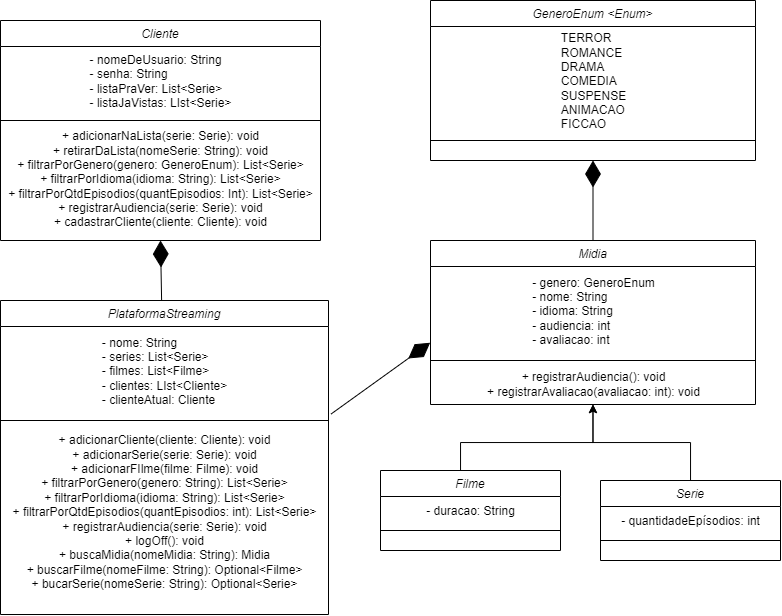
Above: docs/diagramas/DiagramaV01.png in DisciplinasProgramacao/lpm_projetos_3_4_5-grupo3 (draw.io), before the change. Source tidied: cells renumbered, new cells last; positions are measured from the earlier drawing's top-left corner, leaving out a move shared by most shapes. The source it was exported from:
```xml
<mxGraphModel>
  <root>
    <mxCell id="0" />
    <mxCell id="1" parent="0" />
    <mxCell id="2" value="Cliente" style="swimlane;fontStyle=2;align=center;verticalAlign=top;horizontal=1;startSize=26;rounded=0;shadow=0;strokeWidth=1;" parent="1" vertex="1">
      <mxGeometry y="20" width="320" height="220" as="geometry" />
    </mxCell>
    <mxCell id="3" value="&lt;div style=&quot;text-align: justify;&quot;&gt;&lt;span style=&quot;background-color: initial;&quot;&gt;- nomeDeUsuario: String&lt;/span&gt;&lt;/div&gt;&lt;div style=&quot;text-align: justify;&quot;&gt;&lt;span style=&quot;background-color: initial;&quot;&gt;- senha: String&lt;/span&gt;&lt;/div&gt;&lt;div style=&quot;text-align: justify;&quot;&gt;&lt;span style=&quot;background-color: initial;&quot;&gt;- listaPraVer: List&amp;lt;Serie&amp;gt;&lt;/span&gt;&lt;/div&gt;&lt;div style=&quot;text-align: justify;&quot;&gt;&lt;span style=&quot;background-color: initial;&quot;&gt;- listaJaVistas: LIst&amp;lt;Serie&amp;gt;&lt;/span&gt;&lt;/div&gt;" style="text;html=1;align=center;verticalAlign=middle;strokeColor=none;fillColor=none;" parent="2" vertex="1">
      <mxGeometry y="26" width="320" height="70" as="geometry" />
    </mxCell>
    <mxCell id="4" style="line;html=1;strokeWidth=1;align=left;verticalAlign=middle;spacingTop=-1;spacingLeft=3;spacingRight=3;labelPosition=right;" parent="2" vertex="1">
      <mxGeometry y="96" width="320" height="8" as="geometry" />
    </mxCell>
    <mxCell id="5" value="+ adicionarNaLista(serie: Serie): void&lt;br&gt;+ retirarDaLista(nomeSerie: String): void&lt;br&gt;+ filtrarPorGenero(genero: GeneroEnum): List&amp;lt;Serie&amp;gt;&lt;br&gt;+ filtrarPorIdioma(idioma: String): List&amp;lt;Serie&amp;gt;&lt;br&gt;+ filtrarPorQtdEpisodios(quantEpisodios: Int): List&amp;lt;Serie&amp;gt;&lt;br&gt;+ registrarAudiencia(serie: Serie): void&lt;br&gt;+ cadastrarCliente(cliente: Cliente): void" style="text;html=1;align=center;verticalAlign=middle;strokeColor=none;fillColor=none;" parent="2" vertex="1">
      <mxGeometry y="104" width="320" height="110" as="geometry" />
    </mxCell>
    <mxCell id="6" style="edgeStyle=orthogonalEdgeStyle;rounded=0;jettySize=auto;html=1;" parent="1" edge="1" target="13">
      <mxGeometry relative="1" as="geometry">
        <mxPoint x="460" y="480" as="sourcePoint" />
      </mxGeometry>
    </mxCell>
    <mxCell id="7" value="Filme" style="swimlane;fontStyle=2;align=center;verticalAlign=top;horizontal=1;startSize=26;rounded=0;shadow=0;strokeWidth=1;" parent="1" vertex="1">
      <mxGeometry x="380" y="470" width="180" height="80" as="geometry" />
    </mxCell>
    <mxCell id="8" value="&lt;div style=&quot;text-align: justify;&quot;&gt;- duracao: String&lt;/div&gt;" style="text;html=1;align=center;verticalAlign=middle;strokeColor=none;fillColor=none;" parent="7" vertex="1">
      <mxGeometry y="26" width="180" height="30" as="geometry" />
    </mxCell>
    <mxCell id="9" style="line;html=1;strokeWidth=1;align=left;verticalAlign=middle;spacingTop=-1;spacingLeft=3;spacingRight=3;labelPosition=right;" parent="7" vertex="1">
      <mxGeometry y="56" width="180" height="8" as="geometry" />
    </mxCell>
    <mxCell id="10" value="Midia" style="swimlane;fontStyle=2;align=center;verticalAlign=top;horizontal=1;startSize=26;rounded=0;shadow=0;strokeWidth=1;" parent="1" vertex="1">
      <mxGeometry x="430" y="240" width="325" height="164" as="geometry" />
    </mxCell>
    <mxCell id="11" value="&lt;div style=&quot;text-align: justify;&quot;&gt;&lt;span style=&quot;background-color: initial;&quot;&gt;- genero: GeneroEnum&lt;/span&gt;&lt;/div&gt;&lt;div style=&quot;text-align: justify;&quot;&gt;&lt;span style=&quot;background-color: initial;&quot;&gt;- nome: String&lt;/span&gt;&lt;/div&gt;&lt;div style=&quot;text-align: justify;&quot;&gt;&lt;span style=&quot;background-color: initial;&quot;&gt;- idioma: String&lt;/span&gt;&lt;/div&gt;&lt;div style=&quot;text-align: justify;&quot;&gt;&lt;span style=&quot;background-color: initial;&quot;&gt;- audiencia: int&lt;/span&gt;&lt;/div&gt;&lt;div style=&quot;text-align: justify;&quot;&gt;&lt;span style=&quot;background-color: initial;&quot;&gt;- avaliacao: int&lt;/span&gt;&lt;/div&gt;" style="text;html=1;align=center;verticalAlign=middle;points=[];strokeColor=none;fillColor=none;" parent="10" vertex="1">
      <mxGeometry y="26" width="325" height="90" as="geometry" />
    </mxCell>
    <mxCell id="12" style="line;html=1;strokeWidth=1;align=left;verticalAlign=middle;spacingTop=-1;spacingLeft=3;spacingRight=3;labelPosition=right;" parent="10" vertex="1">
      <mxGeometry y="116" width="325" height="8" as="geometry" />
    </mxCell>
    <mxCell id="13" value="+ registrarAudiencia(): void&lt;br&gt;+ registrarAvaliacao(avaliacao: int): void" style="text;html=1;align=center;verticalAlign=middle;points=[];strokeColor=none;fillColor=none;" parent="10" vertex="1">
      <mxGeometry y="124" width="325" height="40" as="geometry" />
    </mxCell>
    <mxCell id="14" value="PlataformaStreaming" style="swimlane;fontStyle=2;align=center;verticalAlign=top;horizontal=1;startSize=26;rounded=0;shadow=0;strokeWidth=1;" parent="1" vertex="1">
      <mxGeometry y="300" width="328" height="314" as="geometry" />
    </mxCell>
    <mxCell id="15" value="&lt;div style=&quot;text-align: justify;&quot;&gt;&lt;span style=&quot;background-color: initial;&quot;&gt;- nome: String&lt;/span&gt;&lt;/div&gt;&lt;div style=&quot;text-align: justify;&quot;&gt;&lt;span style=&quot;background-color: initial;&quot;&gt;- series: List&amp;lt;Serie&amp;gt;&lt;/span&gt;&lt;/div&gt;&lt;div style=&quot;text-align: justify;&quot;&gt;&lt;span style=&quot;background-color: initial;&quot;&gt;- filmes: List&amp;lt;Filme&amp;gt;&lt;/span&gt;&lt;/div&gt;&lt;div style=&quot;text-align: justify;&quot;&gt;&lt;span style=&quot;background-color: initial;&quot;&gt;- clientes: LIst&amp;lt;Cliente&amp;gt;&lt;/span&gt;&lt;/div&gt;&lt;div style=&quot;text-align: justify;&quot;&gt;&lt;span style=&quot;background-color: initial;&quot;&gt;- clienteAtual: Cliente&lt;/span&gt;&lt;/div&gt;" style="text;html=1;align=center;verticalAlign=middle;points=[];strokeColor=none;fillColor=none;" parent="14" vertex="1">
      <mxGeometry y="26" width="328" height="90" as="geometry" />
    </mxCell>
    <mxCell id="16" style="line;html=1;strokeWidth=1;align=left;verticalAlign=middle;spacingTop=-1;spacingLeft=3;spacingRight=3;labelPosition=right;" parent="14" vertex="1">
      <mxGeometry y="116" width="328" height="8" as="geometry" />
    </mxCell>
    <mxCell id="17" value="+ adicionarCliente(cliente: Cliente): void&lt;br&gt;+ adicionarSerie(serie: Serie): void&lt;br&gt;+ adicionarFIlme(filme: Filme): void&lt;br&gt;+ filtrarPorGenero(genero: String): List&amp;lt;Serie&amp;gt;&lt;br&gt;+ filtrarPorIdioma(idioma: String): List&amp;lt;Serie&amp;gt;&lt;br&gt;+ filtrarPorQtdEpisodios(quantEpisodios: int): List&amp;lt;Serie&amp;gt;&lt;br&gt;+ registrarAudiencia(serie: Serie): void&lt;br&gt;+ logOff(): void&lt;br&gt;+ buscaMidia(nomeMidia: String): Midia&lt;br&gt;+ buscarFilme(nomeFilme: String): Optional&amp;lt;Filme&amp;gt;&lt;br&gt;+ bucarSerie(nomeSerie: String): Optional&amp;lt;Serie&amp;gt;&lt;br&gt;&lt;br&gt;" style="text;html=1;align=center;verticalAlign=middle;strokeColor=none;fillColor=none;" parent="14" vertex="1">
      <mxGeometry y="124" width="328" height="190" as="geometry" />
    </mxCell>
    <mxCell id="18" style="edgeStyle=orthogonalEdgeStyle;rounded=0;jettySize=auto;html=1;" parent="1" edge="1" target="13">
      <mxGeometry relative="1" as="geometry">
        <mxPoint x="690" y="480" as="sourcePoint" />
      </mxGeometry>
    </mxCell>
    <mxCell id="19" value="Serie" style="swimlane;fontStyle=2;align=center;verticalAlign=top;horizontal=1;startSize=26;rounded=0;shadow=0;strokeWidth=1;" parent="1" vertex="1">
      <mxGeometry x="600" y="480" width="180" height="80" as="geometry" />
    </mxCell>
    <mxCell id="20" value="&lt;div style=&quot;text-align: justify;&quot;&gt;- quantidadeEpísodios: int&lt;/div&gt;" style="text;html=1;align=center;verticalAlign=middle;strokeColor=none;fillColor=none;" parent="19" vertex="1">
      <mxGeometry y="26" width="180" height="30" as="geometry" />
    </mxCell>
    <mxCell id="21" style="line;html=1;strokeWidth=1;align=left;verticalAlign=middle;spacingTop=-1;spacingLeft=3;spacingRight=3;labelPosition=right;" parent="19" vertex="1">
      <mxGeometry y="56" width="180" height="8" as="geometry" />
    </mxCell>
    <mxCell id="22" value="GeneroEnum &lt;Enum&gt;" style="swimlane;fontStyle=2;align=center;verticalAlign=top;horizontal=1;startSize=26;rounded=0;shadow=0;strokeWidth=1;" parent="1" vertex="1">
      <mxGeometry x="430" width="325" height="160" as="geometry" />
    </mxCell>
    <mxCell id="23" value="&lt;div style=&quot;text-align: justify;&quot;&gt;TERROR&lt;/div&gt;&lt;div style=&quot;text-align: justify;&quot;&gt;ROMANCE&lt;/div&gt;&lt;div style=&quot;text-align: justify;&quot;&gt;DRAMA&lt;/div&gt;&lt;div style=&quot;text-align: justify;&quot;&gt;COMEDIA&lt;/div&gt;&lt;div style=&quot;text-align: justify;&quot;&gt;SUSPENSE&lt;/div&gt;&lt;div style=&quot;text-align: justify;&quot;&gt;ANIMACAO&lt;/div&gt;&lt;div style=&quot;text-align: justify;&quot;&gt;FICCAO&lt;/div&gt;" style="text;html=1;align=center;verticalAlign=middle;strokeColor=none;fillColor=none;" parent="22" vertex="1">
      <mxGeometry y="26" width="325" height="110" as="geometry" />
    </mxCell>
    <mxCell id="24" style="line;html=1;strokeWidth=1;align=left;verticalAlign=middle;spacingTop=-1;spacingLeft=3;spacingRight=3;labelPosition=right;" parent="22" vertex="1">
      <mxGeometry y="136" width="325" height="8" as="geometry" />
    </mxCell>
    <mxCell id="25" style="endArrow=diamondThin;endFill=1;endSize=24;html=1;rounded=0;entryX=0.5;entryY=1;entryDx=0;entryDy=0;exitX=0.5;exitY=0;exitDx=0;exitDy=0;" parent="1" edge="1" source="10" target="22">
      <mxGeometry relative="1" as="geometry" />
    </mxCell>
    <mxCell id="26" style="endArrow=diamondThin;endFill=1;endSize=24;html=1;rounded=0;exitX=1.008;exitY=0.972;exitDx=0;exitDy=0;exitPerimeter=0;entryX=-0.001;entryY=0.847;entryDx=0;entryDy=0;entryPerimeter=0;" parent="1" edge="1" source="15" target="11">
      <mxGeometry relative="1" as="geometry" />
    </mxCell>
    <mxCell id="27" style="endArrow=diamondThin;endFill=1;endSize=24;html=1;rounded=0;" parent="1" edge="1" source="14">
      <mxGeometry relative="1" as="geometry">
        <mxPoint x="160" y="240" as="targetPoint" />
      </mxGeometry>
    </mxCell>
  </root>
</mxGraphModel>
```
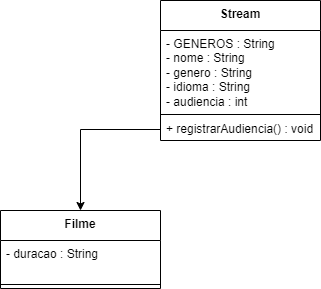
After the change.

Commit message:
Ajuste nome dos diagramas

Change to the diagram source:
```diff
@@ -1,90 +1,30 @@
 <mxGraphModel>
   <root>
-    <mxCell id="0" />
-    <mxCell id="1" parent="0" />
-    <mxCell id="2" value="Cliente" style="swimlane;fontStyle=2;align=center;verticalAlign=top;horizontal=1;startSize=26;rounded=0;shadow=0;strokeWidth=1;" parent="1" vertex="1">
-      <mxGeometry y="20" width="320" height="220" as="geometry" />
-    </mxCell>
-    <mxCell id="3" value="&lt;div style=&quot;text-align: justify;&quot;&gt;&lt;span style=&quot;background-color: initial;&quot;&gt;- nomeDeUsuario: String&lt;/span&gt;&lt;/div&gt;&lt;div style=&quot;text-align: justify;&quot;&gt;&lt;span style=&quot;background-color: initial;&quot;&gt;- senha: String&lt;/span&gt;&lt;/div&gt;&lt;div style=&quot;text-align: justify;&quot;&gt;&lt;span style=&quot;background-color: initial;&quot;&gt;- listaPraVer: List&amp;lt;Serie&amp;gt;&lt;/span&gt;&lt;/div&gt;&lt;div style=&quot;text-align: justify;&quot;&gt;&lt;span style=&quot;background-color: initial;&quot;&gt;- listaJaVistas: LIst&amp;lt;Serie&amp;gt;&lt;/span&gt;&lt;/div&gt;" style="text;html=1;align=center;verticalAlign=middle;strokeColor=none;fillColor=none;" parent="2" vertex="1">
-      <mxGeometry y="26" width="320" height="70" as="geometry" />
-    </mxCell>
-    <mxCell id="4" style="line;html=1;strokeWidth=1;align=left;verticalAlign=middle;spacingTop=-1;spacingLeft=3;spacingRight=3;labelPosition=right;" parent="2" vertex="1">
-      <mxGeometry y="96" width="320" height="8" as="geometry" />
-    </mxCell>
-    <mxCell id="5" value="+ adicionarNaLista(serie: Serie): void&lt;br&gt;+ retirarDaLista(nomeSerie: String): void&lt;br&gt;+ filtrarPorGenero(genero: GeneroEnum): List&amp;lt;Serie&amp;gt;&lt;br&gt;+ filtrarPorIdioma(idioma: String): List&amp;lt;Serie&amp;gt;&lt;br&gt;+ filtrarPorQtdEpisodios(quantEpisodios: Int): List&amp;lt;Serie&amp;gt;&lt;br&gt;+ registrarAudiencia(serie: Serie): void&lt;br&gt;+ cadastrarCliente(cliente: Cliente): void" style="text;html=1;align=center;verticalAlign=middle;strokeColor=none;fillColor=none;" parent="2" vertex="1">
-      <mxGeometry y="104" width="320" height="110" as="geometry" />
-    </mxCell>
-    <mxCell id="6" style="edgeStyle=orthogonalEdgeStyle;rounded=0;jettySize=auto;html=1;" parent="1" edge="1" target="13">
-      <mxGeometry relative="1" as="geometry">
-        <mxPoint x="460" y="480" as="sourcePoint" />
-      </mxGeometry>
-    </mxCell>
+    <mxCell id="28" />
+    <mxCell id="29" parent="28" />
+    <mxCell id="30" value="&lt;b&gt;Stream&lt;/b&gt;" style="swimlane;fontStyle=0;align=center;verticalAlign=top;horizontal=1;startSize=30;html=1;whiteSpace=wrap;" parent="29" vertex="1">
+      <mxGeometry x="540" y="260" width="160" height="140" as="geometry" />
+    </mxCell>
+    <mxCell id="31" value="- GENEROS : String&lt;br&gt;- nome : String&lt;br&gt;- genero : String&lt;br&gt;- idioma : String&lt;br&gt;- audiencia : int&lt;br&gt;" style="text;html=1;strokeColor=none;fillColor=none;align=left;verticalAlign=top;spacingLeft=4;spacingRight=4;overflow=hidden;whiteSpace=wrap;" parent="30" vertex="1">
+      <mxGeometry y="30" width="160" height="80" as="geometry" />
+    </mxCell>
+    <mxCell id="32" style="line;strokeWidth=1;fillColor=none;align=left;verticalAlign=middle;spacingTop=-1;spacingLeft=3;spacingRight=3;labelPosition=right;" parent="30" vertex="1">
+      <mxGeometry y="110" width="160" height="8" as="geometry" />
+    </mxCell>
+    <mxCell id="33" value="+ registrarAudiencia() : void" style="text;html=1;strokeColor=none;fillColor=none;align=left;verticalAlign=middle;spacingLeft=4;spacingRight=4;overflow=hidden;points=[[0,0.5],[1,0.5]];portConstraint=eastwest;whiteSpace=wrap;" parent="30" vertex="1">
+      <mxGeometry y="118" width="160" height="22" as="geometry" />
+    </mxCell>
-    <mxCell id="7" value="Filme" style="swimlane;fontStyle=2;align=center;verticalAlign=top;horizontal=1;startSize=26;rounded=0;shadow=0;strokeWidth=1;" parent="1" vertex="1">
-      <mxGeometry x="380" y="470" width="180" height="80" as="geometry" />
+    <mxCell id="7" value="&lt;b&gt;Filme&lt;/b&gt;" style="swimlane;fontStyle=0;align=center;verticalAlign=top;horizontal=1;startSize=30;html=1;whiteSpace=wrap;" parent="29" vertex="1">
+      <mxGeometry x="380" y="470" width="160" height="78" as="geometry" />
     </mxCell>
-    <mxCell id="8" value="&lt;div style=&quot;text-align: justify;&quot;&gt;- duracao: String&lt;/div&gt;" style="text;html=1;align=center;verticalAlign=middle;strokeColor=none;fillColor=none;" parent="7" vertex="1">
-      <mxGeometry y="26" width="180" height="30" as="geometry" />
-    </mxCell>
-    <mxCell id="9" style="line;html=1;strokeWidth=1;align=left;verticalAlign=middle;spacingTop=-1;spacingLeft=3;spacingRight=3;labelPosition=right;" parent="7" vertex="1">
-      <mxGeometry y="56" width="180" height="8" as="geometry" />
-    </mxCell>
-    <mxCell id="10" value="Midia" style="swimlane;fontStyle=2;align=center;verticalAlign=top;horizontal=1;startSize=26;rounded=0;shadow=0;strokeWidth=1;" parent="1" vertex="1">
-      <mxGeometry x="430" y="240" width="325" height="164" as="geometry" />
-    </mxCell>
-    <mxCell id="11" value="&lt;div style=&quot;text-align: justify;&quot;&gt;&lt;span style=&quot;background-color: initial;&quot;&gt;- genero: GeneroEnum&lt;/span&gt;&lt;/div&gt;&lt;div style=&quot;text-align: justify;&quot;&gt;&lt;span style=&quot;background-color: initial;&quot;&gt;- nome: String&lt;/span&gt;&lt;/div&gt;&lt;div style=&quot;text-align: justify;&quot;&gt;&lt;span style=&quot;background-color: initial;&quot;&gt;- idioma: String&lt;/span&gt;&lt;/div&gt;&lt;div style=&quot;text-align: justify;&quot;&gt;&lt;span style=&quot;background-color: initial;&quot;&gt;- audiencia: int&lt;/span&gt;&lt;/div&gt;&lt;div style=&quot;text-align: justify;&quot;&gt;&lt;span style=&quot;background-color: initial;&quot;&gt;- avaliacao: int&lt;/span&gt;&lt;/div&gt;" style="text;html=1;align=center;verticalAlign=middle;points=[];strokeColor=none;fillColor=none;" parent="10" vertex="1">
-      <mxGeometry y="26" width="325" height="90" as="geometry" />
-    </mxCell>
-    <mxCell id="12" style="line;html=1;strokeWidth=1;align=left;verticalAlign=middle;spacingTop=-1;spacingLeft=3;spacingRight=3;labelPosition=right;" parent="10" vertex="1">
-      <mxGeometry y="116" width="325" height="8" as="geometry" />
-    </mxCell>
-    <mxCell id="13" value="+ registrarAudiencia(): void&lt;br&gt;+ registrarAvaliacao(avaliacao: int): void" style="text;html=1;align=center;verticalAlign=middle;points=[];strokeColor=none;fillColor=none;" parent="10" vertex="1">
-      <mxGeometry y="124" width="325" height="40" as="geometry" />
-    </mxCell>
-    <mxCell id="14" value="PlataformaStreaming" style="swimlane;fontStyle=2;align=center;verticalAlign=top;horizontal=1;startSize=26;rounded=0;shadow=0;strokeWidth=1;" parent="1" vertex="1">
-      <mxGeometry y="300" width="328" height="314" as="geometry" />
-    </mxCell>
-    <mxCell id="15" value="&lt;div style=&quot;text-align: justify;&quot;&gt;&lt;span style=&quot;background-color: initial;&quot;&gt;- nome: String&lt;/span&gt;&lt;/div&gt;&lt;div style=&quot;text-align: justify;&quot;&gt;&lt;span style=&quot;background-color: initial;&quot;&gt;- series: List&amp;lt;Serie&amp;gt;&lt;/span&gt;&lt;/div&gt;&lt;div style=&quot;text-align: justify;&quot;&gt;&lt;span style=&quot;background-color: initial;&quot;&gt;- filmes: List&amp;lt;Filme&amp;gt;&lt;/span&gt;&lt;/div&gt;&lt;div style=&quot;text-align: justify;&quot;&gt;&lt;span style=&quot;background-color: initial;&quot;&gt;- clientes: LIst&amp;lt;Cliente&amp;gt;&lt;/span&gt;&lt;/div&gt;&lt;div style=&quot;text-align: justify;&quot;&gt;&lt;span style=&quot;background-color: initial;&quot;&gt;- clienteAtual: Cliente&lt;/span&gt;&lt;/div&gt;" style="text;html=1;align=center;verticalAlign=middle;points=[];strokeColor=none;fillColor=none;" parent="14" vertex="1">
-      <mxGeometry y="26" width="328" height="90" as="geometry" />
-    </mxCell>
-    <mxCell id="16" style="line;html=1;strokeWidth=1;align=left;verticalAlign=middle;spacingTop=-1;spacingLeft=3;spacingRight=3;labelPosition=right;" parent="14" vertex="1">
-      <mxGeometry y="116" width="328" height="8" as="geometry" />
-    </mxCell>
-    <mxCell id="17" value="+ adicionarCliente(cliente: Cliente): void&lt;br&gt;+ adicionarSerie(serie: Serie): void&lt;br&gt;+ adicionarFIlme(filme: Filme): void&lt;br&gt;+ filtrarPorGenero(genero: String): List&amp;lt;Serie&amp;gt;&lt;br&gt;+ filtrarPorIdioma(idioma: String): List&amp;lt;Serie&amp;gt;&lt;br&gt;+ filtrarPorQtdEpisodios(quantEpisodios: int): List&amp;lt;Serie&amp;gt;&lt;br&gt;+ registrarAudiencia(serie: Serie): void&lt;br&gt;+ logOff(): void&lt;br&gt;+ buscaMidia(nomeMidia: String): Midia&lt;br&gt;+ buscarFilme(nomeFilme: String): Optional&amp;lt;Filme&amp;gt;&lt;br&gt;+ bucarSerie(nomeSerie: String): Optional&amp;lt;Serie&amp;gt;&lt;br&gt;&lt;br&gt;" style="text;html=1;align=center;verticalAlign=middle;strokeColor=none;fillColor=none;" parent="14" vertex="1">
-      <mxGeometry y="124" width="328" height="190" as="geometry" />
-    </mxCell>
-    <mxCell id="18" style="edgeStyle=orthogonalEdgeStyle;rounded=0;jettySize=auto;html=1;" parent="1" edge="1" target="13">
-      <mxGeometry relative="1" as="geometry">
-        <mxPoint x="690" y="480" as="sourcePoint" />
-      </mxGeometry>
-    </mxCell>
-    <mxCell id="19" value="Serie" style="swimlane;fontStyle=2;align=center;verticalAlign=top;horizontal=1;startSize=26;rounded=0;shadow=0;strokeWidth=1;" parent="1" vertex="1">
-      <mxGeometry x="600" y="480" width="180" height="80" as="geometry" />
-    </mxCell>
-    <mxCell id="20" value="&lt;div style=&quot;text-align: justify;&quot;&gt;- quantidadeEpísodios: int&lt;/div&gt;" style="text;html=1;align=center;verticalAlign=middle;strokeColor=none;fillColor=none;" parent="19" vertex="1">
-      <mxGeometry y="26" width="180" height="30" as="geometry" />
-    </mxCell>
-    <mxCell id="21" style="line;html=1;strokeWidth=1;align=left;verticalAlign=middle;spacingTop=-1;spacingLeft=3;spacingRight=3;labelPosition=right;" parent="19" vertex="1">
-      <mxGeometry y="56" width="180" height="8" as="geometry" />
-    </mxCell>
-    <mxCell id="22" value="GeneroEnum &lt;Enum&gt;" style="swimlane;fontStyle=2;align=center;verticalAlign=top;horizontal=1;startSize=26;rounded=0;shadow=0;strokeWidth=1;" parent="1" vertex="1">
-      <mxGeometry x="430" width="325" height="160" as="geometry" />
-    </mxCell>
-    <mxCell id="23" value="&lt;div style=&quot;text-align: justify;&quot;&gt;TERROR&lt;/div&gt;&lt;div style=&quot;text-align: justify;&quot;&gt;ROMANCE&lt;/div&gt;&lt;div style=&quot;text-align: justify;&quot;&gt;DRAMA&lt;/div&gt;&lt;div style=&quot;text-align: justify;&quot;&gt;COMEDIA&lt;/div&gt;&lt;div style=&quot;text-align: justify;&quot;&gt;SUSPENSE&lt;/div&gt;&lt;div style=&quot;text-align: justify;&quot;&gt;ANIMACAO&lt;/div&gt;&lt;div style=&quot;text-align: justify;&quot;&gt;FICCAO&lt;/div&gt;" style="text;html=1;align=center;verticalAlign=middle;strokeColor=none;fillColor=none;" parent="22" vertex="1">
-      <mxGeometry y="26" width="325" height="110" as="geometry" />
-    </mxCell>
-    <mxCell id="24" style="line;html=1;strokeWidth=1;align=left;verticalAlign=middle;spacingTop=-1;spacingLeft=3;spacingRight=3;labelPosition=right;" parent="22" vertex="1">
-      <mxGeometry y="136" width="325" height="8" as="geometry" />
-    </mxCell>
-    <mxCell id="25" style="endArrow=diamondThin;endFill=1;endSize=24;html=1;rounded=0;entryX=0.5;entryY=1;entryDx=0;entryDy=0;exitX=0.5;exitY=0;exitDx=0;exitDy=0;" parent="1" edge="1" source="10" target="22">
-      <mxGeometry relative="1" as="geometry" />
-    </mxCell>
-    <mxCell id="26" style="endArrow=diamondThin;endFill=1;endSize=24;html=1;rounded=0;exitX=1.008;exitY=0.972;exitDx=0;exitDy=0;exitPerimeter=0;entryX=-0.001;entryY=0.847;entryDx=0;entryDy=0;entryPerimeter=0;" parent="1" edge="1" source="15" target="11">
-      <mxGeometry relative="1" as="geometry" />
-    </mxCell>
-    <mxCell id="27" style="endArrow=diamondThin;endFill=1;endSize=24;html=1;rounded=0;" parent="1" edge="1" source="14">
-      <mxGeometry relative="1" as="geometry">
-        <mxPoint x="160" y="240" as="targetPoint" />
-      </mxGeometry>
-    </mxCell>
+    <mxCell id="34" value="- duracao : String" style="text;html=1;strokeColor=none;fillColor=none;align=left;verticalAlign=top;spacingLeft=4;spacingRight=4;overflow=hidden;whiteSpace=wrap;" parent="7" vertex="1">
+      <mxGeometry y="30" width="160" height="40" as="geometry" />
+    </mxCell>
+    <mxCell id="35" style="line;strokeWidth=1;fillColor=none;align=left;verticalAlign=middle;spacingTop=-1;spacingLeft=3;spacingRight=3;labelPosition=right;" parent="7" vertex="1">
+      <mxGeometry y="70" width="160" height="8" as="geometry" />
+    </mxCell>
+    <mxCell id="36" style="edgeStyle=orthogonalEdgeStyle;rounded=0;jettySize=auto;html=1;entryX=0.5;entryY=0;entryDx=0;entryDy=0;" parent="29" edge="1" source="33" target="7">
+      <mxGeometry relative="1" as="geometry" />
+    </mxCell>
   </root>
 </mxGraphModel>
```
